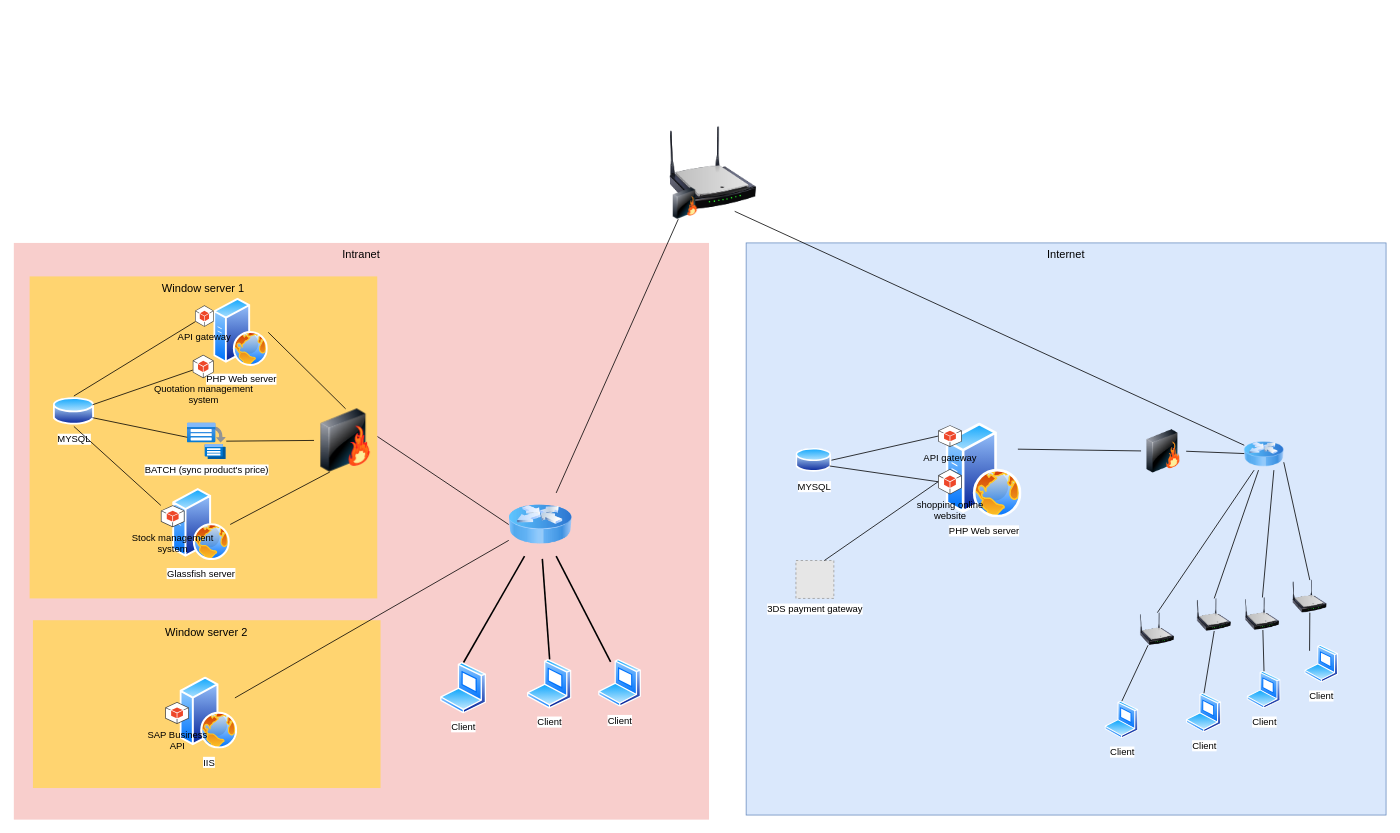
The draw.io diagram sirichaielectric.drawio in wittakarn/diagram, before the edit. Source tidied: cells renumbered, new cells numbered last; positions are measured from the earlier drawing's top-left corner, leaving out a move shared by most shapes. Both pictures are drawn from the tidied source at 79%, with x=0, y=0 at pixel (13, 124). Pictures stored in the file or linked from it are replaced by grey dashed boxes.
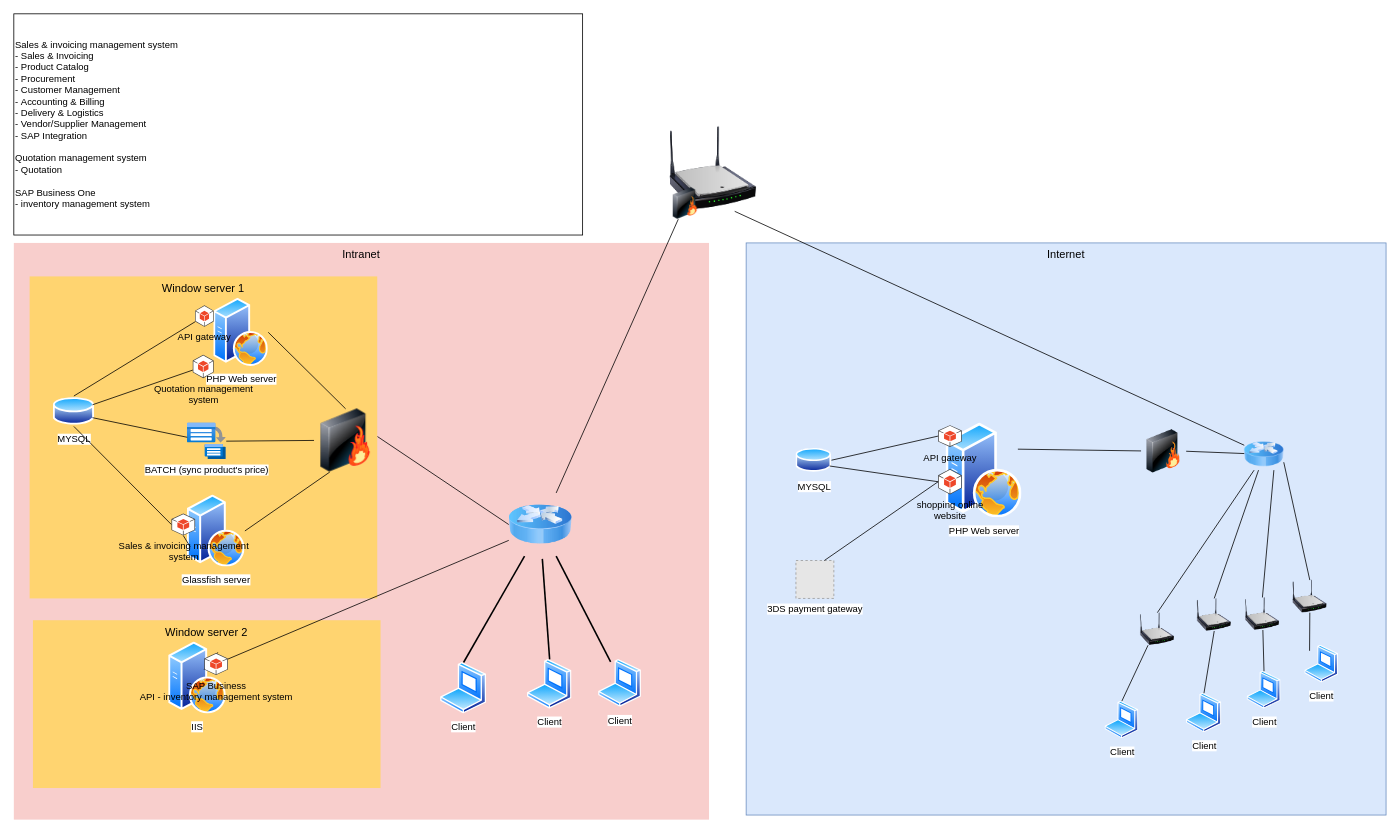
Above is the later version.

Unchanged cells that the change refers to:
```xml
<mxCell id="7" value="MYSQL" style="perimeter=ellipsePerimeter;html=1;align=center;shadow=0;dashed=0;spacingTop=3;image;image=img/lib/active_directory/database.svg;direction=east;" parent="1" vertex="1">
  <mxGeometry x="50" y="343.8" width="52" height="38.5" as="geometry" />
</mxCell>
<mxCell id="13" style="image;html=1;image=img/lib/clip_art/networking/Router_Icon_128x128.png;" parent="1" vertex="1">
  <mxGeometry x="626.5" y="466.5" width="80" height="80" as="geometry" />
</mxCell>
```

Change to the diagram source:
```diff
@@
     <mxCell id="10" value="Glassfish server" style="perimeter=ellipsePerimeter;html=1;align=center;shadow=0;dashed=0;spacingTop=3;image;image=img/lib/active_directory/web_server.svg;" parent="1" vertex="1">
-      <mxGeometry x="200.9" y="460.8" width="73" height="91.2" as="geometry" />
+      <mxGeometry x="219.5" y="469" width="73" height="91.2" as="geometry" />
     </mxCell>
-    <mxCell id="11" value="Stock management &lt;br&gt;system" style="outlineConnect=0;dashed=0;verticalLabelPosition=bottom;verticalAlign=top;align=center;html=1;shape=mxgraph.aws3.android;fillColor=#EE472A;gradientColor=none;" parent="1" vertex="1">
-      <mxGeometry x="186.1" y="482" width="30" height="27.8" as="geometry" />
-    </mxCell>
@@
-    <mxCell id="32" style="endArrow=none;html=1;rounded=0;entryX=0.5;entryY=1;entryDx=0;entryDy=0;" parent="1" edge="1" source="11" target="7">
+    <mxCell id="32" style="endArrow=none;html=1;rounded=0;entryX=0.5;entryY=1;entryDx=0;entryDy=0;exitX=0;exitY=0.5;exitDx=0;exitDy=0;" parent="1" edge="1" source="11" target="7">
       <mxGeometry relative="1" as="geometry" />
     </mxCell>
@@
     <mxCell id="61" value="IIS" style="perimeter=ellipsePerimeter;html=1;align=center;shadow=0;dashed=0;spacingTop=3;image;image=img/lib/active_directory/web_server.svg;" parent="1" vertex="1">
-      <mxGeometry x="210.2" y="699.4" width="73" height="91.2" as="geometry" />
+      <mxGeometry x="195.9" y="654.9" width="73" height="91.2" as="geometry" />
     </mxCell>
-    <mxCell id="62" value="SAP Business &lt;br&gt;API" style="outlineConnect=0;dashed=0;verticalLabelPosition=bottom;verticalAlign=top;align=center;html=1;shape=mxgraph.aws3.android;fillColor=#EE472A;gradientColor=none;" parent="1" vertex="1">
-      <mxGeometry x="191.6" y="731.1" width="30" height="27.8" as="geometry" />
-    </mxCell>
@@
-    <mxCell id="64" style="endArrow=none;html=1;rounded=0;entryX=0;entryY=0.75;entryDx=0;entryDy=0;" parent="1" edge="1" source="61" target="13">
+    <mxCell id="64" style="endArrow=none;html=1;rounded=0;entryX=0;entryY=0.75;entryDx=0;entryDy=0;" parent="1" edge="1" source="62" target="13">
       <mxGeometry relative="1" as="geometry" />
     </mxCell>
+    <mxCell id="65" style="endArrow=none;html=1;rounded=0;entryX=0;entryY=0.75;entryDx=0;entryDy=0;" parent="1" edge="1" source="61" target="62">
+      <mxGeometry relative="1" as="geometry" />
+    </mxCell>
+    <mxCell id="62" value="SAP Business &lt;br&gt;API - inventory management system" style="outlineConnect=0;dashed=0;verticalLabelPosition=bottom;verticalAlign=top;align=center;html=1;shape=mxgraph.aws3.android;fillColor=#EE472A;gradientColor=none;" parent="1" vertex="1">
+      <mxGeometry x="241" y="669.2" width="30" height="27.8" as="geometry" />
+    </mxCell>
+    <mxCell id="66" style="endArrow=none;html=1;rounded=0;entryX=0.5;entryY=1;entryDx=0;entryDy=0;exitX=0;exitY=0.75;exitDx=0;exitDy=0;" parent="1" edge="1" source="10" target="11">
+      <mxGeometry relative="1" as="geometry" />
+    </mxCell>
+    <mxCell id="11" value="Sales &amp;amp; invoicing management &lt;br&gt;system" style="outlineConnect=0;dashed=0;verticalLabelPosition=bottom;verticalAlign=top;align=center;html=1;shape=mxgraph.aws3.android;fillColor=#EE472A;gradientColor=none;" parent="1" vertex="1">
+      <mxGeometry x="199.5" y="492.6" width="30" height="27.8" as="geometry" />
+    </mxCell>
+    <mxCell id="67" value="&lt;div style=&quot;text-align: justify;&quot;&gt;&lt;span style=&quot;text-align: center; text-wrap-mode: nowrap;&quot;&gt;Sales &amp;amp; invoicing management&amp;nbsp;&lt;/span&gt;&lt;span style=&quot;text-align: center; text-wrap-mode: nowrap;&quot;&gt;system&lt;/span&gt;&lt;/div&gt;&lt;div style=&quot;text-align: justify;&quot;&gt;&lt;span style=&quot;text-align: center; text-wrap-mode: nowrap;&quot;&gt;-&amp;nbsp;&lt;/span&gt;&lt;span style=&quot;background-color: transparent; text-align: left; text-wrap-mode: nowrap;&quot;&gt;Sales &amp;amp; Invoicing&lt;/span&gt;&lt;/div&gt;&lt;div style=&quot;text-align: justify;&quot;&gt;&lt;span style=&quot;background-color: transparent; text-align: left; text-wrap-mode: nowrap;&quot;&gt;-&amp;nbsp;&lt;/span&gt;&lt;span style=&quot;background-color: transparent; text-align: left; text-wrap-mode: nowrap;&quot;&gt;Product Catalog&lt;/span&gt;&lt;/div&gt;&lt;div style=&quot;text-align: justify;&quot;&gt;&lt;span style=&quot;background-color: transparent; text-align: left; text-wrap-mode: nowrap;&quot;&gt;-&amp;nbsp;&lt;/span&gt;&lt;span style=&quot;background-color: transparent; text-align: left; text-wrap-mode: nowrap;&quot;&gt;Procurement&lt;/span&gt;&lt;/div&gt;&lt;div style=&quot;text-align: justify;&quot;&gt;&lt;span style=&quot;background-color: transparent; text-align: left; text-wrap-mode: nowrap;&quot;&gt;-&amp;nbsp;&lt;/span&gt;&lt;span style=&quot;background-color: transparent; text-align: left; text-wrap-mode: nowrap;&quot;&gt;Customer Management&lt;/span&gt;&lt;/div&gt;&lt;div style=&quot;text-align: justify;&quot;&gt;&lt;span style=&quot;background-color: transparent; text-align: left; text-wrap-mode: nowrap;&quot;&gt;-&amp;nbsp;&lt;/span&gt;&lt;span style=&quot;background-color: transparent; text-align: left; text-wrap-mode: nowrap;&quot;&gt;Accounting &amp;amp; Billing&lt;/span&gt;&lt;/div&gt;&lt;div style=&quot;text-align: justify;&quot;&gt;&lt;span style=&quot;background-color: transparent; text-align: left; text-wrap-mode: nowrap;&quot;&gt;-&amp;nbsp;&lt;/span&gt;&lt;span style=&quot;background-color: transparent; text-align: left; text-wrap-mode: nowrap;&quot;&gt;Delivery &amp;amp; Logistics&lt;/span&gt;&lt;/div&gt;&lt;div style=&quot;text-align: justify;&quot;&gt;&lt;span style=&quot;background-color: transparent; text-align: left; text-wrap-mode: nowrap;&quot;&gt;-&amp;nbsp;&lt;/span&gt;&lt;span style=&quot;background-color: transparent; text-align: left; text-wrap-mode: nowrap;&quot;&gt;Vendor/Supplier Management&lt;/span&gt;&lt;/div&gt;&lt;div style=&quot;text-align: justify;&quot;&gt;&lt;span style=&quot;background-color: transparent; text-align: left; text-wrap-mode: nowrap;&quot;&gt;-&amp;nbsp;&lt;/span&gt;&lt;span style=&quot;background-color: transparent; text-align: left; text-wrap-mode: nowrap;&quot;&gt;SAP Integration&lt;/span&gt;&lt;/div&gt;&lt;div style=&quot;text-align: justify;&quot;&gt;&lt;span style=&quot;background-color: transparent; text-align: left; text-wrap-mode: nowrap;&quot;&gt;&lt;br&gt;&lt;/span&gt;&lt;/div&gt;&lt;div style=&quot;text-align: justify;&quot;&gt;&lt;span style=&quot;background-color: transparent; text-align: left; text-wrap-mode: nowrap;&quot;&gt;Quotation management system&lt;/span&gt;&lt;/div&gt;&lt;div style=&quot;text-align: justify;&quot;&gt;&lt;span style=&quot;background-color: transparent; text-align: left; text-wrap-mode: nowrap;&quot;&gt;-&amp;nbsp;&lt;/span&gt;&lt;span style=&quot;background-color: transparent; text-align: left; text-wrap-mode: nowrap;&quot;&gt;Quotation&lt;/span&gt;&lt;/div&gt;&lt;div style=&quot;text-align: justify;&quot;&gt;&lt;span style=&quot;background-color: transparent; text-align: left; text-wrap-mode: nowrap;&quot;&gt;&lt;br&gt;&lt;/span&gt;&lt;/div&gt;&lt;div style=&quot;text-align: justify;&quot;&gt;&lt;span style=&quot;background-color: transparent; text-align: left; text-wrap-mode: nowrap;&quot;&gt;SAP Business One&lt;/span&gt;&lt;/div&gt;&lt;div style=&quot;text-align: justify;&quot;&gt;&lt;span style=&quot;background-color: transparent; text-align: left; text-wrap-mode: nowrap;&quot;&gt;-&amp;nbsp;&lt;/span&gt;&lt;span style=&quot;text-align: center; text-wrap-mode: nowrap; background-color: transparent; color: light-dark(rgb(0, 0, 0), rgb(255, 255, 255));&quot;&gt;inventory management system&lt;/span&gt;&lt;/div&gt;" style="rounded=0;whiteSpace=wrap;html=1;align=left;" parent="1" vertex="1">
+      <mxGeometry y="-140" width="720" height="280" as="geometry" />
+    </mxCell>
```
